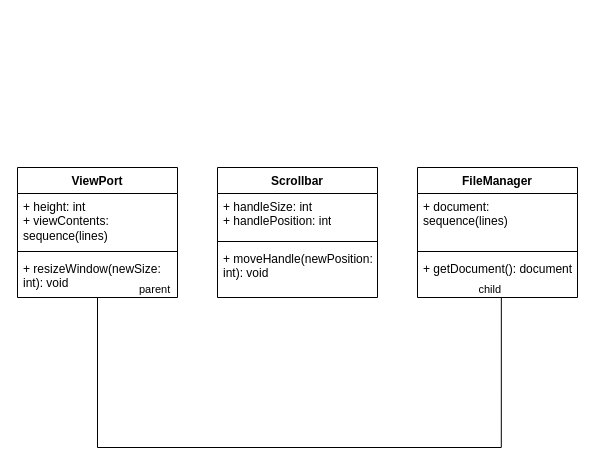
This is Диаграмма без названия.drawio from blunik/Architecture, a draw.io file, before an edit. Source tidied: cells renumbered, new cells numbered last; positions are measured from the earlier drawing's top-left corner, leaving out a move shared by most shapes. Both pictures are drawn from the tidied source at 100%, with x=0, y=0 at pixel (17, 167).
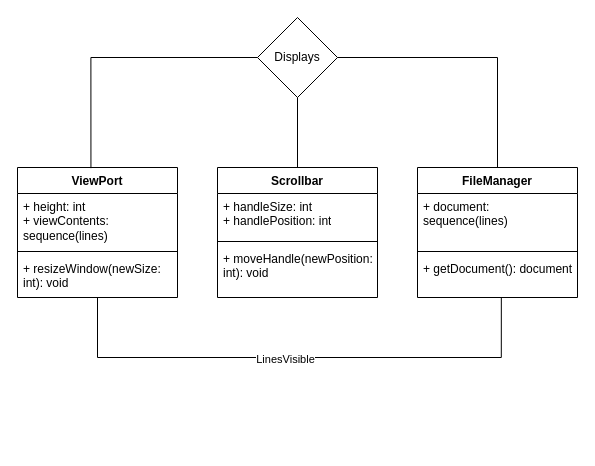
The same diagram, later.

The change refers to these unchanged cells:
```xml
<mxCell id="2" value="ViewPort" style="swimlane;fontStyle=1;align=center;verticalAlign=top;horizontal=1;startSize=26;whiteSpace=wrap;html=1;" parent="1" vertex="1">
  <mxGeometry width="160" height="130" as="geometry" />
</mxCell>
<mxCell id="6" value="Scrollbar" style="swimlane;fontStyle=1;align=center;verticalAlign=top;horizontal=1;startSize=26;whiteSpace=wrap;html=1;" parent="1" vertex="1">
  <mxGeometry x="200" width="160" height="130" as="geometry" />
</mxCell>
<mxCell id="10" value="FileManager" style="swimlane;fontStyle=1;align=center;verticalAlign=top;horizontal=1;startSize=26;whiteSpace=wrap;html=1;" parent="1" vertex="1">
  <mxGeometry x="400" width="160" height="130" as="geometry" />
</mxCell>
<mxCell id="13" value="+ getDocument(): document" style="text;strokeColor=none;fillColor=none;align=left;verticalAlign=top;spacingLeft=4;spacingRight=4;overflow=hidden;points=[[0,0.5],[1,0.5]];portConstraint=eastwest;whiteSpace=wrap;html=1;" parent="10" vertex="1">
  <mxGeometry y="88" width="160" height="42" as="geometry" />
</mxCell>
```

The edit, as a diff of the source:
```diff
@@
     <mxCell id="14" style="endArrow=none;html=1;edgeStyle=orthogonalEdgeStyle;rounded=0;entryX=0.524;entryY=1.007;entryDx=0;entryDy=0;entryPerimeter=0;" parent="1" edge="1" target="13">
       <mxGeometry relative="1" as="geometry">
         <mxPoint x="120" y="130" as="sourcePoint" />
         <Array as="points">
           <mxPoint x="80" y="130" />
-          <mxPoint x="80" y="280" />
-          <mxPoint x="484" y="280" />
+          <mxPoint x="80" y="190" />
+          <mxPoint x="484" y="190" />
         </Array>
       </mxGeometry>
     </mxCell>
-    <mxCell id="15" value="parent" style="edgeLabel;html=1;align=left;verticalAlign=bottom;" parent="14" vertex="1">
-      <mxGeometry x="-1" relative="1" as="geometry" />
-    </mxCell>
-    <mxCell id="16" value="child" style="edgeLabel;html=1;align=right;verticalAlign=bottom;" parent="14" vertex="1">
-      <mxGeometry x="1" relative="1" as="geometry" />
-    </mxCell>
+    <mxCell id="17" value="LinesVisible" style="edgeLabel;html=1;align=center;verticalAlign=middle;" parent="14" vertex="1">
+      <mxGeometry x="0.02" y="-1" relative="1" as="geometry" />
+    </mxCell>
+    <mxCell id="18" value="Displays" style="rhombus;whiteSpace=wrap;html=1;" parent="1" vertex="1">
+      <mxGeometry x="240" y="-150" width="80" height="80" as="geometry" />
+    </mxCell>
+    <mxCell id="19" style="endArrow=none;html=1;edgeStyle=orthogonalEdgeStyle;rounded=0;exitX=0.5;exitY=1;exitDx=0;exitDy=0;" parent="1" edge="1" source="18" target="6">
+      <mxGeometry relative="1" as="geometry" />
+    </mxCell>
+    <mxCell id="20" style="endArrow=none;html=1;edgeStyle=orthogonalEdgeStyle;rounded=0;exitX=0;exitY=0.5;exitDx=0;exitDy=0;entryX=0.459;entryY=0.005;entryDx=0;entryDy=0;entryPerimeter=0;" parent="1" edge="1" source="18" target="2">
+      <mxGeometry relative="1" as="geometry" />
+    </mxCell>
+    <mxCell id="21" style="endArrow=none;html=1;edgeStyle=orthogonalEdgeStyle;rounded=0;exitX=1;exitY=0.5;exitDx=0;exitDy=0;" parent="1" edge="1" source="18" target="10">
+      <mxGeometry relative="1" as="geometry" />
+    </mxCell>
```
